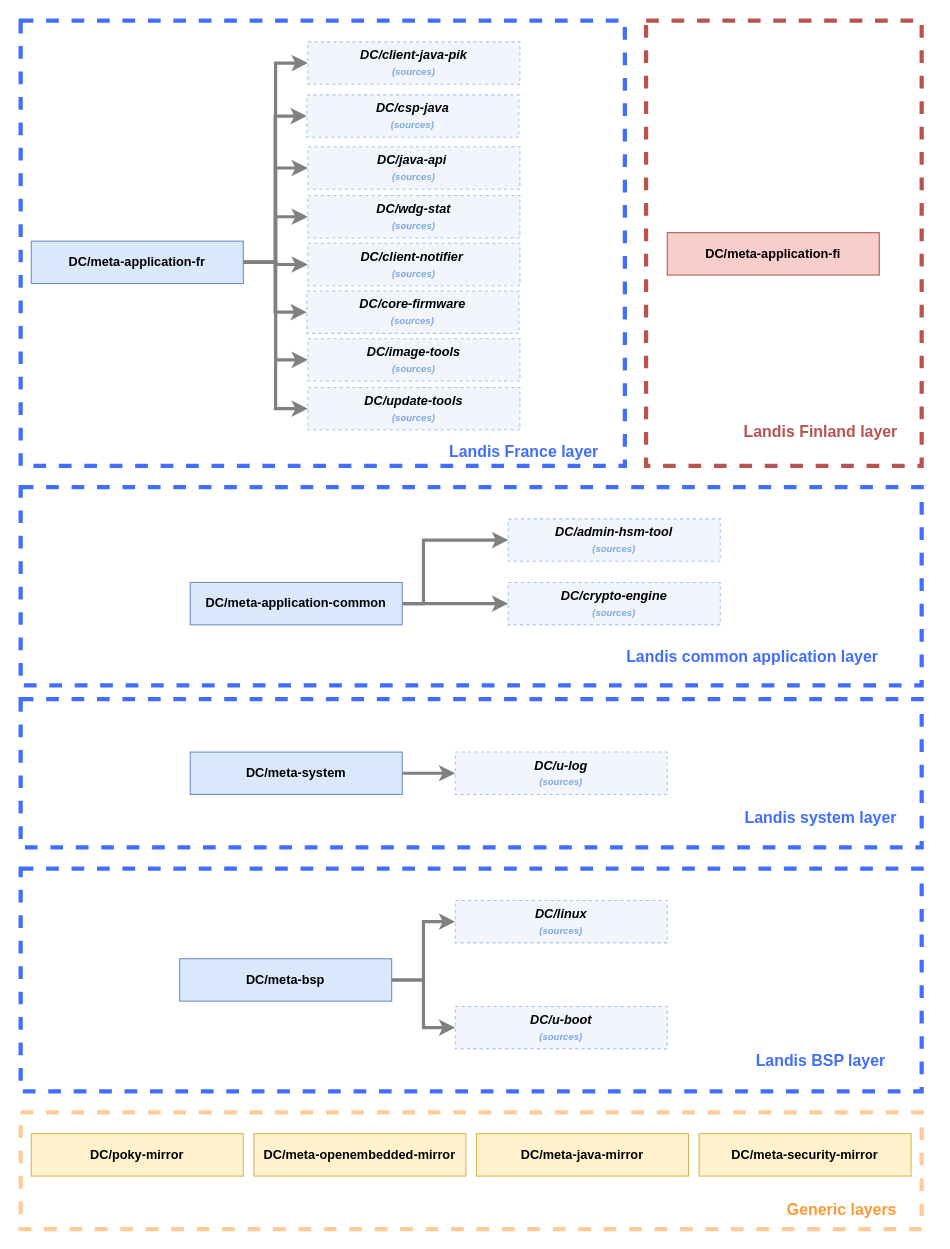
Above: images/YoctoStructure.drawio in karimLG/docs (draw.io), before the change. Source tidied: cells renumbered, new cells numbered last; positions are measured from the earlier drawing's top-left corner, leaving out a move shared by most shapes. Both pictures are drawn from the tidied source at 106%, with x=0, y=0 at pixel (20, 20).
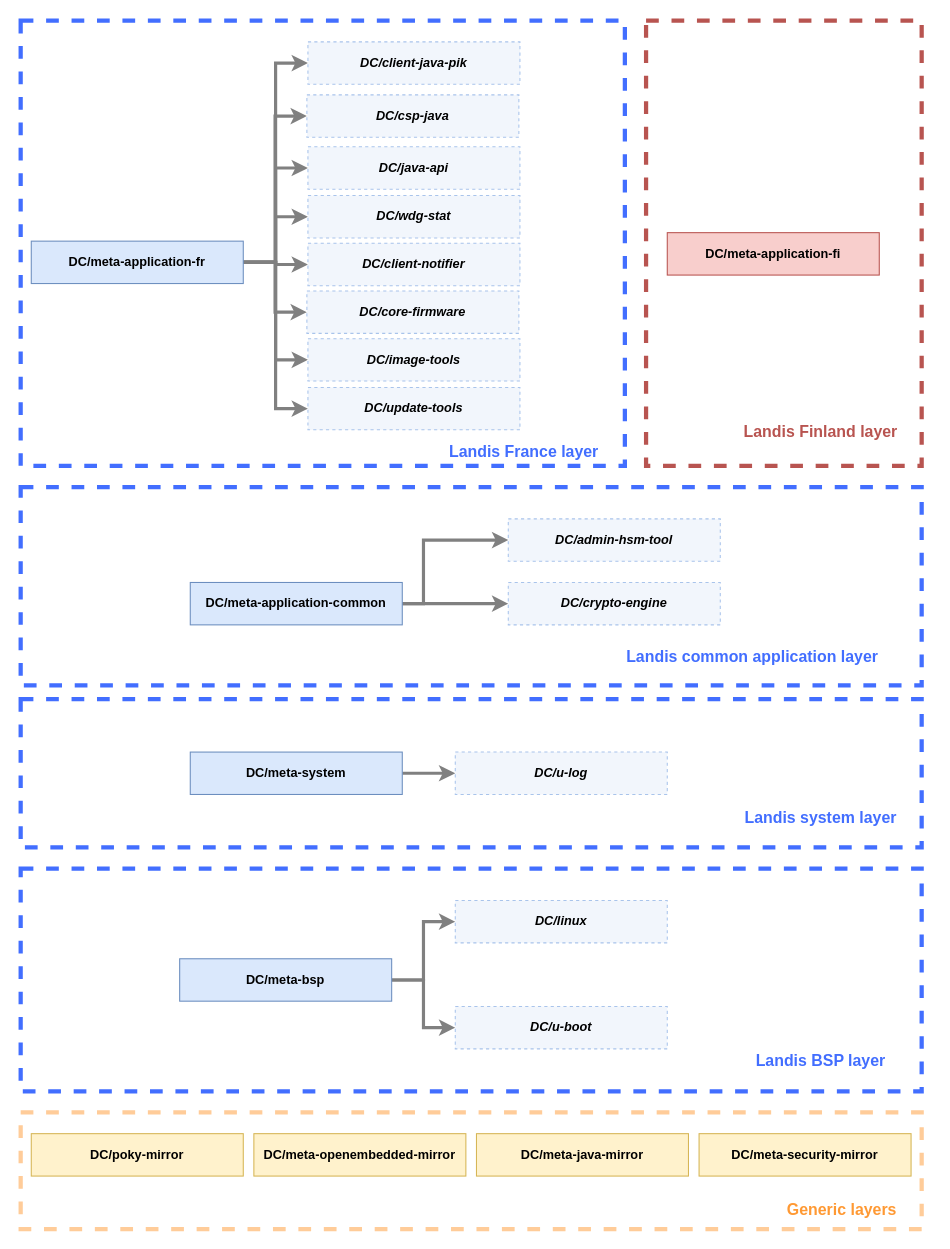
After the change.

Change to the diagram source:
```diff
@@
-    <mxCell id="13" value="&lt;b&gt;DC/linux&lt;/b&gt;&lt;b&gt;&lt;br&gt;&lt;/b&gt;&lt;b&gt;&lt;font style=&quot;font-size: 9px;&quot; color=&quot;#7ea6e0&quot;&gt;(sources)&lt;/font&gt;&lt;/b&gt;" style="rounded=0;whiteSpace=wrap;html=1;fillColor=#F2F6FC;strokeColor=#A9C4EB;dashed=1;fontStyle=2;" parent="1" vertex="1">
+    <mxCell id="13" value="&lt;b&gt;DC/linux&lt;/b&gt;" style="rounded=0;whiteSpace=wrap;html=1;fillColor=#F2F6FC;strokeColor=#A9C4EB;dashed=1;fontStyle=2;" parent="1" vertex="1">
       <mxGeometry x="410" y="830" width="200" height="40" as="geometry" />
     </mxCell>
-    <mxCell id="14" value="&lt;b&gt;DC/u-boot&lt;/b&gt;&lt;b&gt;&lt;br&gt;&lt;/b&gt;&lt;b&gt;&lt;font style=&quot;font-size: 9px;&quot; color=&quot;#7ea6e0&quot;&gt;(sources)&lt;/font&gt;&lt;/b&gt;" style="rounded=0;whiteSpace=wrap;html=1;fillColor=#F2F6FC;strokeColor=#A9C4EB;fontStyle=2;dashed=1;" parent="1" vertex="1">
+    <mxCell id="14" value="&lt;b&gt;DC/u-boot&lt;/b&gt;" style="rounded=0;whiteSpace=wrap;html=1;fillColor=#F2F6FC;strokeColor=#A9C4EB;fontStyle=2;dashed=1;" parent="1" vertex="1">
       <mxGeometry x="410" y="930" width="200" height="40" as="geometry" />
     </mxCell>
@@
-    <mxCell id="18" value="&lt;b&gt;DC/u-log&lt;/b&gt;&lt;b&gt;&lt;br&gt;&lt;/b&gt;&lt;b&gt;&lt;font style=&quot;font-size: 9px;&quot; color=&quot;#7ea6e0&quot;&gt;(sources)&lt;/font&gt;&lt;/b&gt;" style="rounded=0;whiteSpace=wrap;html=1;fillColor=#F2F6FC;strokeColor=#A9C4EB;fontStyle=2;dashed=1;" parent="1" vertex="1">
+    <mxCell id="18" value="&lt;b&gt;DC/u-log&lt;/b&gt;&lt;font size=&quot;1&quot; color=&quot;#7ea6e0&quot;&gt;&lt;b&gt;&lt;br&gt;&lt;/b&gt;&lt;/font&gt;" style="rounded=0;whiteSpace=wrap;html=1;fillColor=#F2F6FC;strokeColor=#A9C4EB;fontStyle=2;dashed=1;" parent="1" vertex="1">
       <mxGeometry x="410" y="690" width="200" height="40" as="geometry" />
     </mxCell>
@@
-    <mxCell id="24" value="&lt;b&gt;DC/admin-hsm-tool&lt;/b&gt;&lt;b&gt;&lt;br&gt;&lt;/b&gt;&lt;b&gt;&lt;font style=&quot;font-size: 9px;&quot; color=&quot;#7ea6e0&quot;&gt;(sources)&lt;/font&gt;&lt;/b&gt;" style="rounded=0;whiteSpace=wrap;html=1;fillColor=#F2F6FC;strokeColor=#A9C4EB;fontStyle=2;dashed=1;" parent="1" vertex="1">
+    <mxCell id="24" value="&lt;b&gt;DC/admin-hsm-tool&lt;/b&gt;&lt;font size=&quot;1&quot; color=&quot;#7ea6e0&quot;&gt;&lt;b&gt;&lt;br&gt;&lt;/b&gt;&lt;/font&gt;" style="rounded=0;whiteSpace=wrap;html=1;fillColor=#F2F6FC;strokeColor=#A9C4EB;fontStyle=2;dashed=1;" parent="1" vertex="1">
       <mxGeometry x="460" y="470" width="200" height="40" as="geometry" />
     </mxCell>
-    <mxCell id="25" value="&lt;b&gt;DC/crypto-engine&lt;/b&gt;&lt;b&gt;&lt;br&gt;&lt;/b&gt;&lt;b&gt;&lt;font style=&quot;font-size: 9px;&quot; color=&quot;#7ea6e0&quot;&gt;(sources)&lt;/font&gt;&lt;/b&gt;" style="rounded=0;whiteSpace=wrap;html=1;fillColor=#F2F6FC;strokeColor=#A9C4EB;fontStyle=2;dashed=1;" parent="1" vertex="1">
+    <mxCell id="25" value="&lt;b&gt;DC/crypto-engine&lt;/b&gt;" style="rounded=0;whiteSpace=wrap;html=1;fillColor=#F2F6FC;strokeColor=#A9C4EB;fontStyle=2;dashed=1;" parent="1" vertex="1">
       <mxGeometry x="460" y="530" width="200" height="40" as="geometry" />
     </mxCell>
@@
-    <mxCell id="37" value="&lt;div style=&quot;text-align: justify;&quot;&gt;&lt;b style=&quot;background-color: initial;&quot;&gt;DC/client-java-pik&lt;/b&gt;&lt;/div&gt;&lt;b&gt;&lt;font style=&quot;font-size: 9px;&quot; color=&quot;#7ea6e0&quot;&gt;(sources)&lt;/font&gt;&lt;/b&gt;" style="rounded=0;whiteSpace=wrap;html=1;fillColor=#F2F6FC;strokeColor=#A9C4EB;fontStyle=2;dashed=1;" parent="1" vertex="1">
+    <mxCell id="37" value="&lt;div style=&quot;text-align: justify;&quot;&gt;&lt;b style=&quot;background-color: initial;&quot;&gt;DC/client-java-pik&lt;/b&gt;&lt;/div&gt;" style="rounded=0;whiteSpace=wrap;html=1;fillColor=#F2F6FC;strokeColor=#A9C4EB;fontStyle=2;dashed=1;" parent="1" vertex="1">
       <mxGeometry x="271" y="20" width="200" height="40" as="geometry" />
     </mxCell>
-    <mxCell id="38" value="&lt;b&gt;DC/java-api&lt;/b&gt;&lt;b&gt;&lt;font color=&quot;#7ea6e0&quot;&gt;&amp;nbsp;&lt;/font&gt;&lt;/b&gt;&lt;b&gt;&lt;br&gt;&lt;/b&gt;&lt;b&gt;&lt;font style=&quot;font-size: 9px;&quot; color=&quot;#7ea6e0&quot;&gt;(sources)&lt;/font&gt;&lt;/b&gt;&lt;b&gt;&lt;font color=&quot;#7ea6e0&quot;&gt;&lt;br&gt;&lt;/font&gt;&lt;/b&gt;" style="rounded=0;whiteSpace=wrap;html=1;fillColor=#F2F6FC;strokeColor=#A9C4EB;fontStyle=2;dashed=1;" parent="1" vertex="1">
+    <mxCell id="38" value="&lt;b&gt;DC/java-api&lt;/b&gt;&lt;b&gt;&lt;font color=&quot;#7ea6e0&quot;&gt;&lt;br&gt;&lt;/font&gt;&lt;/b&gt;" style="rounded=0;whiteSpace=wrap;html=1;fillColor=#F2F6FC;strokeColor=#A9C4EB;fontStyle=2;dashed=1;" parent="1" vertex="1">
       <mxGeometry x="271" y="119" width="200" height="40" as="geometry" />
     </mxCell>
-    <mxCell id="39" value="&lt;b&gt;DC/wdg-stat&lt;/b&gt;&lt;b&gt;&lt;br&gt;&lt;/b&gt;&lt;b&gt;&lt;font style=&quot;font-size: 9px;&quot; color=&quot;#7ea6e0&quot;&gt;(sources)&lt;/font&gt;&lt;/b&gt;" style="rounded=0;whiteSpace=wrap;html=1;fillColor=#F2F6FC;strokeColor=#A9C4EB;fontStyle=2;dashed=1;" parent="1" vertex="1">
+    <mxCell id="39" value="&lt;b&gt;DC/wdg-stat&lt;/b&gt;" style="rounded=0;whiteSpace=wrap;html=1;fillColor=#F2F6FC;strokeColor=#A9C4EB;fontStyle=2;dashed=1;" parent="1" vertex="1">
       <mxGeometry x="271" y="165" width="200" height="40" as="geometry" />
     </mxCell>
-    <mxCell id="40" value="&lt;b&gt;DC/client-notifier&lt;/b&gt;&lt;b&gt;&lt;font color=&quot;#7ea6e0&quot;&gt;&amp;nbsp;&lt;/font&gt;&lt;/b&gt;&lt;b&gt;&lt;br&gt;&lt;/b&gt;&lt;b&gt;&lt;font style=&quot;font-size: 9px;&quot; color=&quot;#7ea6e0&quot;&gt;(sources)&lt;/font&gt;&lt;/b&gt;" style="rounded=0;whiteSpace=wrap;html=1;fillColor=#F2F6FC;strokeColor=#A9C4EB;fontStyle=2;dashed=1;" parent="1" vertex="1">
+    <mxCell id="40" value="&lt;b&gt;DC/client-notifier&lt;/b&gt;" style="rounded=0;whiteSpace=wrap;html=1;fillColor=#F2F6FC;strokeColor=#A9C4EB;fontStyle=2;dashed=1;" parent="1" vertex="1">
       <mxGeometry x="271" y="210" width="200" height="40" as="geometry" />
     </mxCell>
-    <mxCell id="41" value="&lt;b&gt;DC/core-firmware&lt;br&gt;&lt;/b&gt;&lt;b&gt;&lt;font style=&quot;font-size: 9px;&quot; color=&quot;#7ea6e0&quot;&gt;(sources)&lt;/font&gt;&lt;/b&gt;" style="rounded=0;whiteSpace=wrap;html=1;fillColor=#F2F6FC;strokeColor=#A9C4EB;fontStyle=2;dashed=1;" parent="1" vertex="1">
+    <mxCell id="41" value="&lt;b&gt;DC/core-firmware&lt;/b&gt;" style="rounded=0;whiteSpace=wrap;html=1;fillColor=#F2F6FC;strokeColor=#A9C4EB;fontStyle=2;dashed=1;" parent="1" vertex="1">
       <mxGeometry x="270" y="255" width="200" height="40" as="geometry" />
     </mxCell>
-    <mxCell id="42" value="&lt;b&gt;DC/image-tools&lt;/b&gt;&lt;b&gt;&lt;br&gt;&lt;/b&gt;&lt;b&gt;&lt;font style=&quot;font-size: 9px;&quot; color=&quot;#7ea6e0&quot;&gt;(sources)&lt;/font&gt;&lt;/b&gt;" style="rounded=0;whiteSpace=wrap;html=1;fillColor=#F2F6FC;strokeColor=#A9C4EB;fontStyle=2;dashed=1;" parent="1" vertex="1">
+    <mxCell id="42" value="&lt;b&gt;DC/image-tools&lt;/b&gt;" style="rounded=0;whiteSpace=wrap;html=1;fillColor=#F2F6FC;strokeColor=#A9C4EB;fontStyle=2;dashed=1;" parent="1" vertex="1">
       <mxGeometry x="271" y="300" width="200" height="40" as="geometry" />
     </mxCell>
-    <mxCell id="43" value="&lt;b&gt;DC/update-tools&lt;/b&gt;&lt;b&gt;&lt;br&gt;&lt;/b&gt;&lt;b&gt;&lt;font style=&quot;font-size: 9px;&quot; color=&quot;#7ea6e0&quot;&gt;(sources)&lt;/font&gt;&lt;/b&gt;" style="rounded=0;whiteSpace=wrap;html=1;fillColor=#F2F6FC;strokeColor=#A9C4EB;fontStyle=2;dashed=1;" parent="1" vertex="1">
+    <mxCell id="43" value="&lt;b&gt;DC/update-tools&lt;/b&gt;" style="rounded=0;whiteSpace=wrap;html=1;fillColor=#F2F6FC;strokeColor=#A9C4EB;fontStyle=2;dashed=1;" parent="1" vertex="1">
       <mxGeometry x="271" y="346" width="200" height="40" as="geometry" />
     </mxCell>
@@
-    <mxCell id="48" value="&lt;b&gt;DC/csp-java&lt;/b&gt;&lt;b&gt;&lt;br&gt;&lt;/b&gt;&lt;b&gt;&lt;font style=&quot;font-size: 9px;&quot; color=&quot;#7ea6e0&quot;&gt;(sources)&lt;/font&gt;&lt;/b&gt;" style="rounded=0;whiteSpace=wrap;html=1;fillColor=#F2F6FC;strokeColor=#A9C4EB;fontStyle=2;dashed=1;" parent="1" vertex="1">
+    <mxCell id="48" value="&lt;b&gt;DC/csp-java&lt;/b&gt;" style="rounded=0;whiteSpace=wrap;html=1;fillColor=#F2F6FC;strokeColor=#A9C4EB;fontStyle=2;dashed=1;" parent="1" vertex="1">
       <mxGeometry x="270" y="70" width="200" height="40" as="geometry" />
     </mxCell>
```
